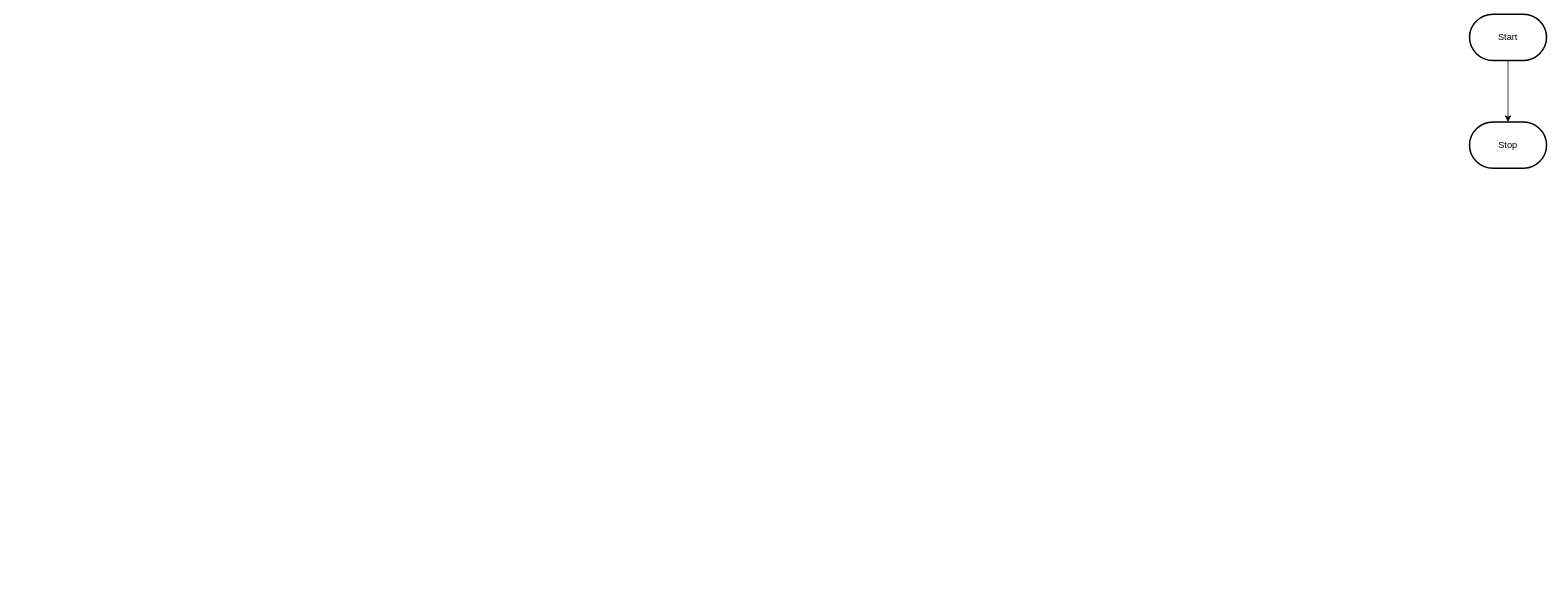
MTHS-TEJ2O-1-2023/TEJ2O-Unit-2-09-Jack-Eddy keeps this draw.io diagram as design/flowchart.drawio. Above is the earlier version. Source tidied: cells renumbered, new cells numbered last; positions are measured from the earlier drawing's top-left corner, leaving out a move shared by most shapes. Both pictures are drawn from the tidied source at 77%, with x=0, y=0 at pixel (1469, 14).
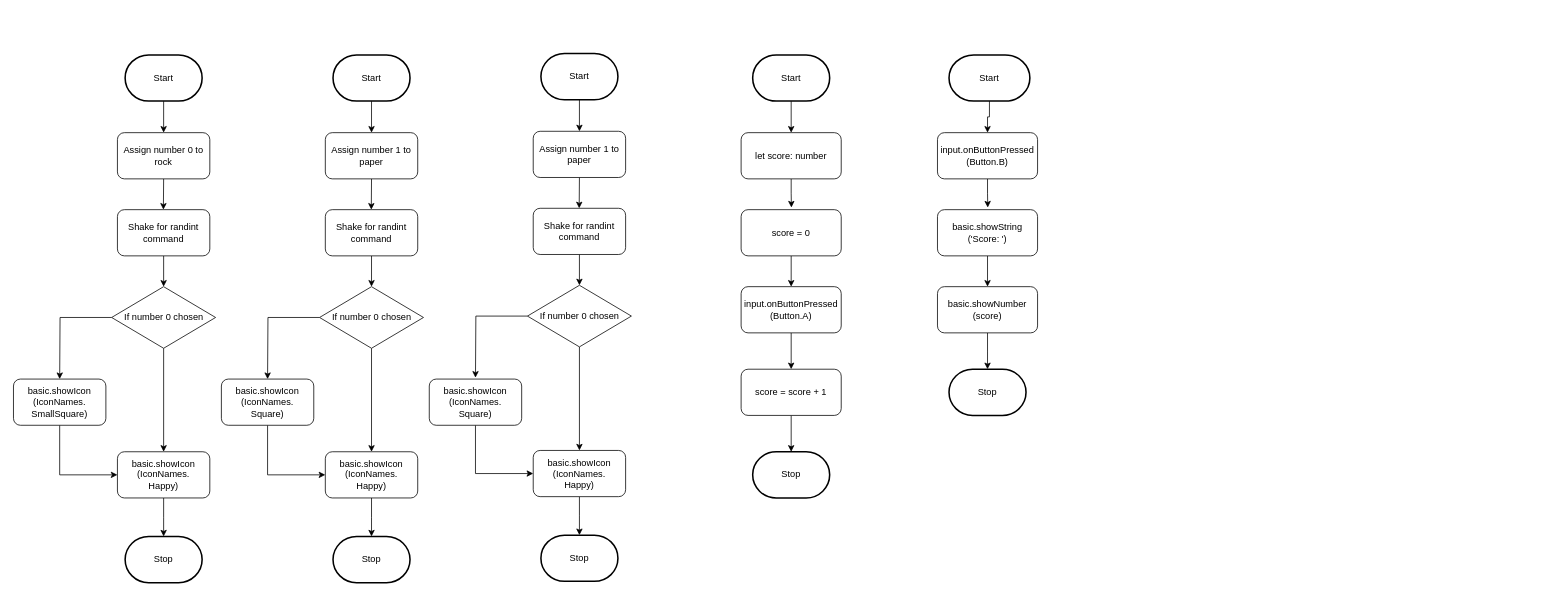
After the change.

Diff of the diagram source:
```diff
@@
-    <mxCell id="2" style="edgeStyle=orthogonalEdgeStyle;html=1;rounded=0;" parent="1" edge="1" source="3" target="4">
-      <mxGeometry relative="1" as="geometry" />
-    </mxCell>
+    <mxCell id="5" style="edgeStyle=none;html=1;exitX=0.5;exitY=1;exitDx=0;exitDy=0;exitPerimeter=0;entryX=0.5;entryY=0;entryDx=0;entryDy=0;" parent="1" edge="1" source="3" target="7">
+      <mxGeometry relative="1" as="geometry" />
+    </mxCell>
     <mxCell id="3" value="Start" style="strokeWidth=2;html=1;shape=mxgraph.flowchart.terminator;whiteSpace=wrap;" parent="1" vertex="1">
-      <mxGeometry width="100" height="60" as="geometry" />
+      <mxGeometry x="-1746" y="52.8" width="100" height="60" as="geometry" />
     </mxCell>
     <mxCell id="4" value="Stop" style="strokeWidth=2;html=1;shape=mxgraph.flowchart.terminator;whiteSpace=wrap;" parent="1" vertex="1">
-      <mxGeometry y="140" width="100" height="60" as="geometry" />
+      <mxGeometry x="-1746" y="678.2" width="100" height="60" as="geometry" />
     </mxCell>
+    <mxCell id="6" style="edgeStyle=none;html=1;exitX=0.5;exitY=1;exitDx=0;exitDy=0;" parent="1" edge="1" source="7">
+      <mxGeometry relative="1" as="geometry">
+        <mxPoint x="-1696.3" y="253.8" as="targetPoint" />
+      </mxGeometry>
+    </mxCell>
+    <mxCell id="7" value="Assign number 0 to rock" style="rounded=1;whiteSpace=wrap;html=1;" parent="1" vertex="1">
+      <mxGeometry x="-1756" y="153.8" width="120" height="60" as="geometry" />
+    </mxCell>
+    <mxCell id="8" style="edgeStyle=orthogonalEdgeStyle;rounded=0;html=1;exitX=0;exitY=0.5;exitDx=0;exitDy=0;" parent="1" edge="1" source="10">
+      <mxGeometry relative="1" as="geometry">
+        <mxPoint x="-1831" y="473.8" as="targetPoint" />
+      </mxGeometry>
+    </mxCell>
+    <mxCell id="9" style="edgeStyle=orthogonalEdgeStyle;rounded=0;html=1;exitX=0.5;exitY=1;exitDx=0;exitDy=0;entryX=0.5;entryY=0;entryDx=0;entryDy=0;" parent="1" edge="1" source="10" target="16">
+      <mxGeometry relative="1" as="geometry" />
+    </mxCell>
+    <mxCell id="10" value="If number 0 chosen" style="rhombus;whiteSpace=wrap;html=1;" parent="1" vertex="1">
+      <mxGeometry x="-1763.5" y="353.8" width="135" height="80" as="geometry" />
+    </mxCell>
+    <mxCell id="11" style="edgeStyle=orthogonalEdgeStyle;rounded=0;html=1;exitX=0.5;exitY=1;exitDx=0;exitDy=0;entryX=0;entryY=0.5;entryDx=0;entryDy=0;" parent="1" edge="1" source="12" target="16">
+      <mxGeometry relative="1" as="geometry" />
+    </mxCell>
+    <mxCell id="12" value="basic.showIcon&lt;br&gt;(IconNames.&lt;br&gt;SmallSquare)" style="rounded=1;whiteSpace=wrap;html=1;" parent="1" vertex="1">
+      <mxGeometry x="-1891" y="473.8" width="120" height="60" as="geometry" />
+    </mxCell>
+    <mxCell id="13" style="edgeStyle=orthogonalEdgeStyle;rounded=0;html=1;exitX=0.5;exitY=1;exitDx=0;exitDy=0;" parent="1" edge="1" source="14" target="10">
+      <mxGeometry relative="1" as="geometry" />
+    </mxCell>
+    <mxCell id="14" value="Shake for randint command" style="rounded=1;whiteSpace=wrap;html=1;" parent="1" vertex="1">
+      <mxGeometry x="-1756" y="253.8" width="120" height="60" as="geometry" />
+    </mxCell>
+    <mxCell id="15" style="edgeStyle=orthogonalEdgeStyle;rounded=0;html=1;exitX=0.5;exitY=1;exitDx=0;exitDy=0;entryX=0.5;entryY=0;entryDx=0;entryDy=0;" parent="1" edge="1" source="16">
+      <mxGeometry relative="1" as="geometry">
+        <mxPoint x="-1696" y="678.2" as="targetPoint" />
+      </mxGeometry>
+    </mxCell>
+    <mxCell id="16" value="basic.showIcon&lt;br&gt;(IconNames.&lt;br&gt;Happy)" style="rounded=1;whiteSpace=wrap;html=1;" parent="1" vertex="1">
+      <mxGeometry x="-1756" y="568.2" width="120" height="60" as="geometry" />
+    </mxCell>
+    <mxCell id="17" style="edgeStyle=none;html=1;exitX=0.5;exitY=1;exitDx=0;exitDy=0;exitPerimeter=0;entryX=0.5;entryY=0;entryDx=0;entryDy=0;" parent="1" edge="1" source="18" target="21">
+      <mxGeometry relative="1" as="geometry" />
+    </mxCell>
+    <mxCell id="18" value="Start" style="strokeWidth=2;html=1;shape=mxgraph.flowchart.terminator;whiteSpace=wrap;" parent="1" vertex="1">
+      <mxGeometry x="-1476" y="52.8" width="100" height="60" as="geometry" />
+    </mxCell>
+    <mxCell id="19" value="Stop" style="strokeWidth=2;html=1;shape=mxgraph.flowchart.terminator;whiteSpace=wrap;" parent="1" vertex="1">
+      <mxGeometry x="-1476" y="678.2" width="100" height="60" as="geometry" />
+    </mxCell>
+    <mxCell id="20" style="edgeStyle=none;html=1;exitX=0.5;exitY=1;exitDx=0;exitDy=0;" parent="1" edge="1" source="21">
+      <mxGeometry relative="1" as="geometry">
+        <mxPoint x="-1426.3" y="253.8" as="targetPoint" />
+      </mxGeometry>
+    </mxCell>
+    <mxCell id="21" value="Assign number 1 to paper" style="rounded=1;whiteSpace=wrap;html=1;" parent="1" vertex="1">
+      <mxGeometry x="-1486" y="153.8" width="120" height="60" as="geometry" />
+    </mxCell>
+    <mxCell id="22" style="edgeStyle=orthogonalEdgeStyle;rounded=0;html=1;exitX=0;exitY=0.5;exitDx=0;exitDy=0;" parent="1" edge="1" source="24">
+      <mxGeometry relative="1" as="geometry">
+        <mxPoint x="-1561" y="473.8" as="targetPoint" />
+      </mxGeometry>
+    </mxCell>
+    <mxCell id="23" style="edgeStyle=orthogonalEdgeStyle;rounded=0;html=1;exitX=0.5;exitY=1;exitDx=0;exitDy=0;entryX=0.5;entryY=0;entryDx=0;entryDy=0;" parent="1" edge="1" source="24" target="30">
+      <mxGeometry relative="1" as="geometry" />
+    </mxCell>
+    <mxCell id="24" value="If number 0 chosen" style="rhombus;whiteSpace=wrap;html=1;" parent="1" vertex="1">
+      <mxGeometry x="-1493.5" y="353.8" width="135" height="80" as="geometry" />
+    </mxCell>
+    <mxCell id="25" style="edgeStyle=orthogonalEdgeStyle;rounded=0;html=1;exitX=0.5;exitY=1;exitDx=0;exitDy=0;entryX=0;entryY=0.5;entryDx=0;entryDy=0;" parent="1" edge="1" source="26" target="30">
+      <mxGeometry relative="1" as="geometry" />
+    </mxCell>
+    <mxCell id="26" value="basic.showIcon&lt;br&gt;(IconNames.&lt;br&gt;Square)" style="rounded=1;whiteSpace=wrap;html=1;" parent="1" vertex="1">
+      <mxGeometry x="-1621" y="473.8" width="120" height="60" as="geometry" />
+    </mxCell>
+    <mxCell id="27" style="edgeStyle=orthogonalEdgeStyle;rounded=0;html=1;exitX=0.5;exitY=1;exitDx=0;exitDy=0;" parent="1" edge="1" source="28" target="24">
+      <mxGeometry relative="1" as="geometry" />
+    </mxCell>
+    <mxCell id="28" value="Shake for randint command" style="rounded=1;whiteSpace=wrap;html=1;" parent="1" vertex="1">
+      <mxGeometry x="-1486" y="253.8" width="120" height="60" as="geometry" />
+    </mxCell>
+    <mxCell id="29" style="edgeStyle=orthogonalEdgeStyle;rounded=0;html=1;exitX=0.5;exitY=1;exitDx=0;exitDy=0;entryX=0.5;entryY=0;entryDx=0;entryDy=0;" parent="1" edge="1" source="30">
+      <mxGeometry relative="1" as="geometry">
+        <mxPoint x="-1426" y="678.2" as="targetPoint" />
+      </mxGeometry>
+    </mxCell>
+    <mxCell id="30" value="basic.showIcon&lt;br&gt;(IconNames.&lt;br&gt;Happy)" style="rounded=1;whiteSpace=wrap;html=1;" parent="1" vertex="1">
+      <mxGeometry x="-1486" y="568.2" width="120" height="60" as="geometry" />
+    </mxCell>
+    <mxCell id="31" style="edgeStyle=none;html=1;exitX=0.5;exitY=1;exitDx=0;exitDy=0;exitPerimeter=0;entryX=0.5;entryY=0;entryDx=0;entryDy=0;" parent="1" edge="1" source="32" target="35">
+      <mxGeometry relative="1" as="geometry" />
+    </mxCell>
+    <mxCell id="32" value="Start" style="strokeWidth=2;html=1;shape=mxgraph.flowchart.terminator;whiteSpace=wrap;" parent="1" vertex="1">
+      <mxGeometry x="-1206" y="51" width="100" height="60" as="geometry" />
+    </mxCell>
+    <mxCell id="33" value="Stop" style="strokeWidth=2;html=1;shape=mxgraph.flowchart.terminator;whiteSpace=wrap;" parent="1" vertex="1">
+      <mxGeometry x="-1206" y="676.5" width="100" height="60" as="geometry" />
+    </mxCell>
+    <mxCell id="34" style="edgeStyle=none;html=1;exitX=0.5;exitY=1;exitDx=0;exitDy=0;" parent="1" edge="1" source="35">
+      <mxGeometry relative="1" as="geometry">
+        <mxPoint x="-1156.3" y="252" as="targetPoint" />
+      </mxGeometry>
+    </mxCell>
+    <mxCell id="35" value="Assign number 1 to paper" style="rounded=1;whiteSpace=wrap;html=1;" parent="1" vertex="1">
+      <mxGeometry x="-1216" y="152" width="120" height="60" as="geometry" />
+    </mxCell>
+    <mxCell id="36" style="edgeStyle=orthogonalEdgeStyle;rounded=0;html=1;exitX=0;exitY=0.5;exitDx=0;exitDy=0;" parent="1" edge="1" source="38">
+      <mxGeometry relative="1" as="geometry">
+        <mxPoint x="-1291" y="472" as="targetPoint" />
+      </mxGeometry>
+    </mxCell>
+    <mxCell id="37" style="edgeStyle=orthogonalEdgeStyle;rounded=0;html=1;exitX=0.5;exitY=1;exitDx=0;exitDy=0;entryX=0.5;entryY=0;entryDx=0;entryDy=0;" parent="1" edge="1" source="38" target="42">
+      <mxGeometry relative="1" as="geometry" />
+    </mxCell>
+    <mxCell id="38" value="If number 0 chosen" style="rhombus;whiteSpace=wrap;html=1;" parent="1" vertex="1">
+      <mxGeometry x="-1223.5" y="352" width="135" height="80" as="geometry" />
+    </mxCell>
+    <mxCell id="39" style="edgeStyle=orthogonalEdgeStyle;rounded=0;html=1;exitX=0.5;exitY=1;exitDx=0;exitDy=0;" parent="1" edge="1" source="40" target="38">
+      <mxGeometry relative="1" as="geometry" />
+    </mxCell>
+    <mxCell id="40" value="Shake for randint command" style="rounded=1;whiteSpace=wrap;html=1;" parent="1" vertex="1">
+      <mxGeometry x="-1216" y="252" width="120" height="60" as="geometry" />
+    </mxCell>
+    <mxCell id="41" style="edgeStyle=orthogonalEdgeStyle;rounded=0;html=1;exitX=0.5;exitY=1;exitDx=0;exitDy=0;entryX=0.5;entryY=0;entryDx=0;entryDy=0;" parent="1" edge="1" source="42">
+      <mxGeometry relative="1" as="geometry">
+        <mxPoint x="-1156" y="676.5" as="targetPoint" />
+      </mxGeometry>
+    </mxCell>
+    <mxCell id="42" value="basic.showIcon&lt;br&gt;(IconNames.&lt;br&gt;Happy)" style="rounded=1;whiteSpace=wrap;html=1;" parent="1" vertex="1">
+      <mxGeometry x="-1216" y="566.5" width="120" height="60" as="geometry" />
+    </mxCell>
+    <mxCell id="43" style="edgeStyle=orthogonalEdgeStyle;rounded=0;html=1;exitX=0.5;exitY=1;exitDx=0;exitDy=0;entryX=0;entryY=0.5;entryDx=0;entryDy=0;" parent="1" edge="1" source="44" target="42">
+      <mxGeometry relative="1" as="geometry" />
+    </mxCell>
+    <mxCell id="44" value="basic.showIcon&lt;br&gt;(IconNames.&lt;br&gt;Square)" style="rounded=1;whiteSpace=wrap;html=1;" parent="1" vertex="1">
+      <mxGeometry x="-1351" y="473.8" width="120" height="60" as="geometry" />
+    </mxCell>
+    <mxCell id="45" style="edgeStyle=orthogonalEdgeStyle;rounded=0;html=1;exitX=0.5;exitY=1;exitDx=0;exitDy=0;exitPerimeter=0;entryX=0.5;entryY=0;entryDx=0;entryDy=0;" parent="1" edge="1" source="46" target="52">
+      <mxGeometry relative="1" as="geometry" />
+    </mxCell>
+    <mxCell id="46" value="Start" style="strokeWidth=2;html=1;shape=mxgraph.flowchart.terminator;whiteSpace=wrap;" parent="1" vertex="1">
+      <mxGeometry x="-931" y="52.8" width="100" height="60" as="geometry" />
+    </mxCell>
+    <mxCell id="47" style="edgeStyle=orthogonalEdgeStyle;rounded=0;html=1;exitX=0.5;exitY=1;exitDx=0;exitDy=0;entryX=0.5;entryY=0;entryDx=0;entryDy=0;entryPerimeter=0;" parent="1" edge="1" source="48" target="55">
+      <mxGeometry relative="1" as="geometry" />
+    </mxCell>
+    <mxCell id="48" value="score = score + 1" style="rounded=1;whiteSpace=wrap;html=1;" parent="1" vertex="1">
+      <mxGeometry x="-946" y="461" width="130" height="60" as="geometry" />
+    </mxCell>
+    <mxCell id="49" style="edgeStyle=orthogonalEdgeStyle;rounded=0;html=1;exitX=0.5;exitY=1;exitDx=0;exitDy=0;entryX=0.5;entryY=0;entryDx=0;entryDy=0;" parent="1" edge="1" source="50" target="48">
+      <mxGeometry relative="1" as="geometry" />
+    </mxCell>
+    <mxCell id="50" value="input.onButtonPressed&lt;br&gt;(Button.A)" style="rounded=1;whiteSpace=wrap;html=1;" parent="1" vertex="1">
+      <mxGeometry x="-946" y="353.8" width="130" height="60" as="geometry" />
+    </mxCell>
+    <mxCell id="51" style="edgeStyle=orthogonalEdgeStyle;rounded=0;html=1;exitX=0.5;exitY=1;exitDx=0;exitDy=0;" parent="1" edge="1" source="52">
+      <mxGeometry relative="1" as="geometry">
+        <mxPoint x="-880.7" y="251" as="targetPoint" />
+      </mxGeometry>
+    </mxCell>
+    <mxCell id="52" value="let score: number" style="rounded=1;whiteSpace=wrap;html=1;" parent="1" vertex="1">
+      <mxGeometry x="-946" y="153.8" width="130" height="60" as="geometry" />
+    </mxCell>
+    <mxCell id="53" style="edgeStyle=orthogonalEdgeStyle;rounded=0;html=1;exitX=0.5;exitY=1;exitDx=0;exitDy=0;entryX=0.5;entryY=0;entryDx=0;entryDy=0;" parent="1" edge="1" source="54" target="50">
+      <mxGeometry relative="1" as="geometry" />
+    </mxCell>
+    <mxCell id="54" value="score = 0" style="rounded=1;whiteSpace=wrap;html=1;" parent="1" vertex="1">
+      <mxGeometry x="-946" y="253.8" width="130" height="60" as="geometry" />
+    </mxCell>
+    <mxCell id="55" value="Stop" style="strokeWidth=2;html=1;shape=mxgraph.flowchart.terminator;whiteSpace=wrap;" parent="1" vertex="1">
+      <mxGeometry x="-931" y="568.2" width="100" height="60" as="geometry" />
+    </mxCell>
+    <mxCell id="56" style="edgeStyle=orthogonalEdgeStyle;rounded=0;html=1;exitX=0.5;exitY=1;exitDx=0;exitDy=0;exitPerimeter=0;entryX=0.5;entryY=0;entryDx=0;entryDy=0;" parent="1" edge="1" source="57" target="61">
+      <mxGeometry relative="1" as="geometry" />
+    </mxCell>
+    <mxCell id="57" value="Start" style="strokeWidth=2;html=1;shape=mxgraph.flowchart.terminator;whiteSpace=wrap;" parent="1" vertex="1">
+      <mxGeometry x="-676" y="52.8" width="105" height="60" as="geometry" />
+    </mxCell>
+    <mxCell id="58" style="edgeStyle=orthogonalEdgeStyle;rounded=0;html=1;exitX=0.5;exitY=1;exitDx=0;exitDy=0;entryX=0.5;entryY=0;entryDx=0;entryDy=0;" parent="1" edge="1" source="59">
+      <mxGeometry relative="1" as="geometry">
+        <mxPoint x="-626" y="461" as="targetPoint" />
+      </mxGeometry>
+    </mxCell>
+    <mxCell id="59" value="basic.showNumber&lt;br&gt;(score)" style="rounded=1;whiteSpace=wrap;html=1;" parent="1" vertex="1">
+      <mxGeometry x="-691" y="353.8" width="130" height="60" as="geometry" />
+    </mxCell>
+    <mxCell id="60" style="edgeStyle=orthogonalEdgeStyle;rounded=0;html=1;exitX=0.5;exitY=1;exitDx=0;exitDy=0;" parent="1" edge="1" source="61">
+      <mxGeometry relative="1" as="geometry">
+        <mxPoint x="-625.7" y="251" as="targetPoint" />
+      </mxGeometry>
+    </mxCell>
+    <mxCell id="61" value="input.onButtonPressed&lt;br&gt;(Button.B)" style="rounded=1;whiteSpace=wrap;html=1;" parent="1" vertex="1">
+      <mxGeometry x="-691" y="153.8" width="130" height="60" as="geometry" />
+    </mxCell>
+    <mxCell id="62" style="edgeStyle=orthogonalEdgeStyle;rounded=0;html=1;exitX=0.5;exitY=1;exitDx=0;exitDy=0;entryX=0.5;entryY=0;entryDx=0;entryDy=0;" parent="1" edge="1" source="63" target="59">
+      <mxGeometry relative="1" as="geometry" />
+    </mxCell>
+    <mxCell id="63" value="basic.showString&lt;br&gt;('Score: ')" style="rounded=1;whiteSpace=wrap;html=1;" parent="1" vertex="1">
+      <mxGeometry x="-691" y="253.8" width="130" height="60" as="geometry" />
+    </mxCell>
+    <mxCell id="64" value="Stop" style="strokeWidth=2;html=1;shape=mxgraph.flowchart.terminator;whiteSpace=wrap;" parent="1" vertex="1">
+      <mxGeometry x="-676" y="461" width="100" height="60" as="geometry" />
+    </mxCell>
```
